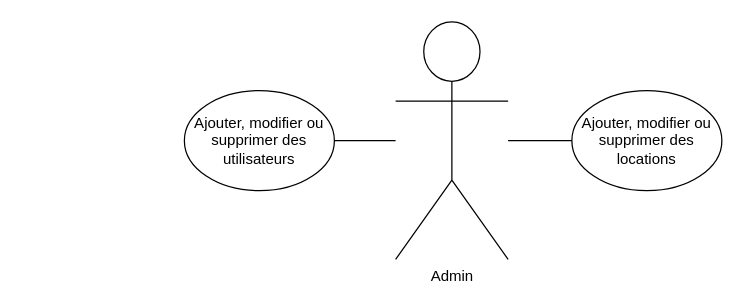
AxelPittet/TPI_2023 keeps this draw.io diagram as Documentation/UseCases - Scenarios/UseCases/UseCases - Admin.drawio. Above is the earlier version. Source tidied: cells renumbered, new cells numbered last; positions are measured from the earlier drawing's top-left corner, leaving out a move shared by most shapes. Both pictures are drawn from the tidied source at 125%, with x=0, y=0 at pixel (184, 21).
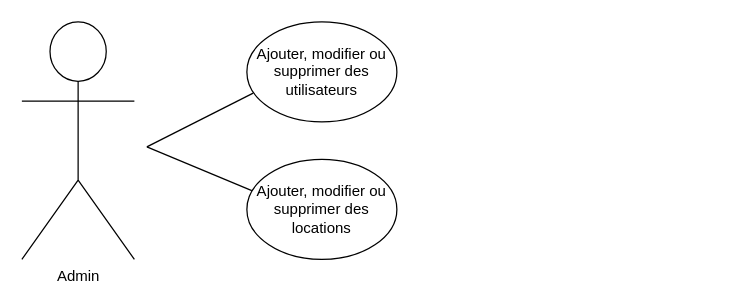
Above is the later version.

Commit message (it also covers changes not shown here):
Re-schématisation des use cases

The edit, as a diff of the source:
```diff
@@
 <mxGraphModel>
   <root>
     <mxCell id="0" />
     <mxCell id="1" parent="0" />
     <mxCell id="2" value="Admin" style="shape=umlActor;verticalLabelPosition=bottom;verticalAlign=top;html=1;outlineConnect=0;" parent="1" vertex="1">
-      <mxGeometry x="169" width="90" height="190" as="geometry" />
+      <mxGeometry x="-130" width="90" height="190" as="geometry" />
     </mxCell>
     <mxCell id="3" value="Ajouter, modifier ou supprimer des utilisateurs" style="ellipse;whiteSpace=wrap;html=1;" parent="1" vertex="1">
-      <mxGeometry y="55" width="120" height="80" as="geometry" />
+      <mxGeometry x="50" width="120" height="80" as="geometry" />
     </mxCell>
     <mxCell id="4" value="&lt;span style=&quot;text-indent: -18pt; background-color: initial;&quot; lang=&quot;FR&quot;&gt;Ajouter, modifier ou supprimer des locations&lt;br&gt;&lt;/span&gt;" style="ellipse;whiteSpace=wrap;html=1;" parent="1" vertex="1">
-      <mxGeometry x="310" y="55" width="120" height="80" as="geometry" />
+      <mxGeometry x="50" y="110" width="120" height="80" as="geometry" />
     </mxCell>
-    <mxCell id="5" style="endArrow=none;html=1;rounded=0;entryX=1;entryY=0.5;entryDx=0;entryDy=0;" parent="1" edge="1" source="2" target="3">
-      <mxGeometry relative="1" as="geometry" />
+    <mxCell id="5" style="endArrow=none;html=1;rounded=0;entryX=0.042;entryY=0.713;entryDx=0;entryDy=0;entryPerimeter=0;" parent="1" edge="1" target="3">
+      <mxGeometry relative="1" as="geometry">
+        <mxPoint x="-30" y="100" as="sourcePoint" />
+      </mxGeometry>
     </mxCell>
-    <mxCell id="6" style="endArrow=none;html=1;rounded=0;entryX=0;entryY=0.5;entryDx=0;entryDy=0;" parent="1" edge="1" source="2" target="4">
-      <mxGeometry relative="1" as="geometry" />
+    <mxCell id="6" style="endArrow=none;html=1;rounded=0;entryX=0.033;entryY=0.313;entryDx=0;entryDy=0;entryPerimeter=0;" parent="1" edge="1" target="4">
+      <mxGeometry relative="1" as="geometry">
+        <mxPoint x="-30" y="100" as="sourcePoint" />
+      </mxGeometry>
     </mxCell>
   </root>
 </mxGraphModel>
```
